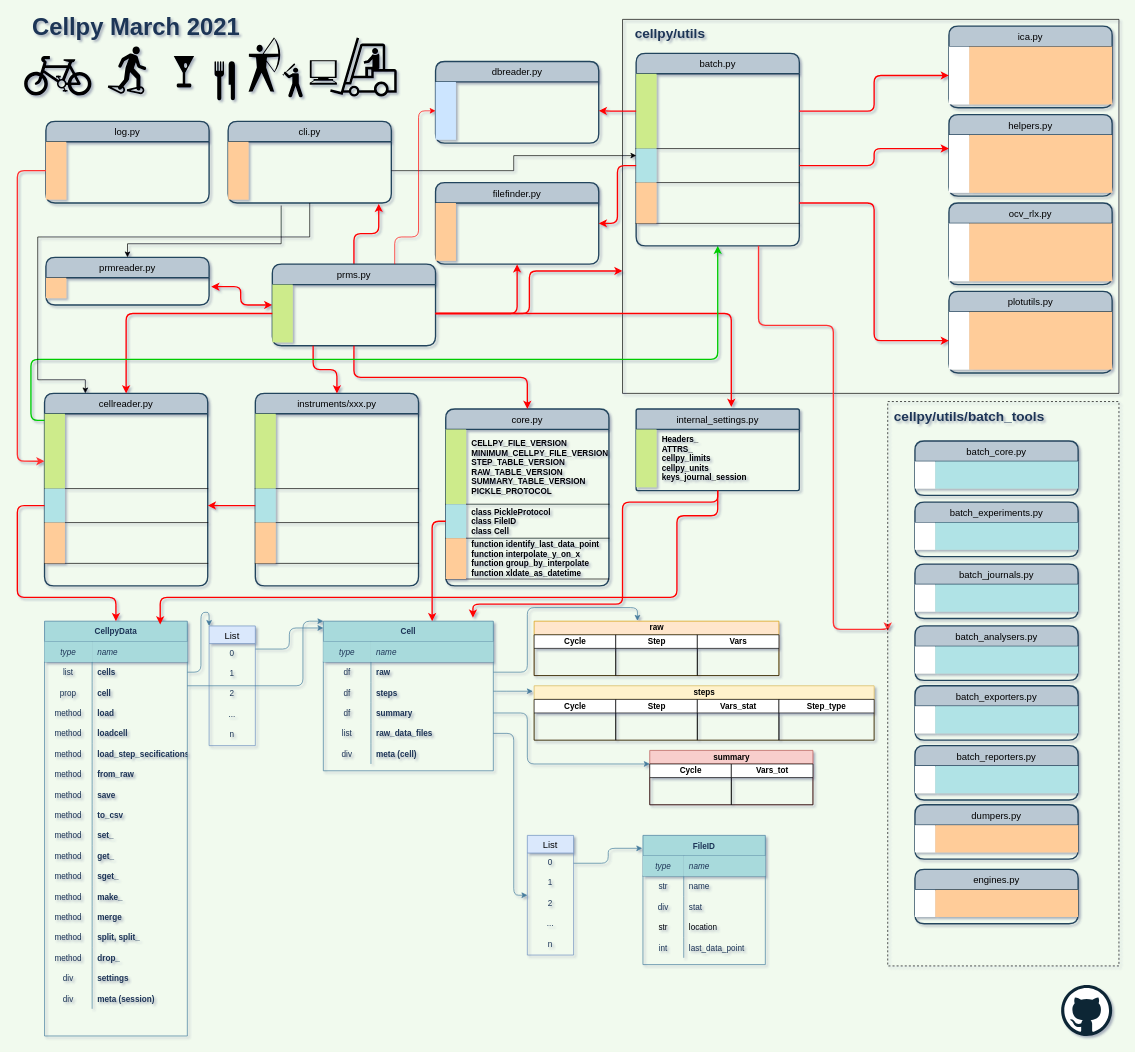
jepegit/cellpy_utilities keeps this draw.io diagram as cellpy_utils/cellpy-cellpydata-structure.drawio. Above is the earlier version. Source tidied: cells renumbered, new cells numbered last; positions are measured from the earlier drawing's top-left corner, leaving out a move shared by most shapes. Both pictures are drawn from the tidied source at 68%, with x=0, y=0 at pixel (17, 19).
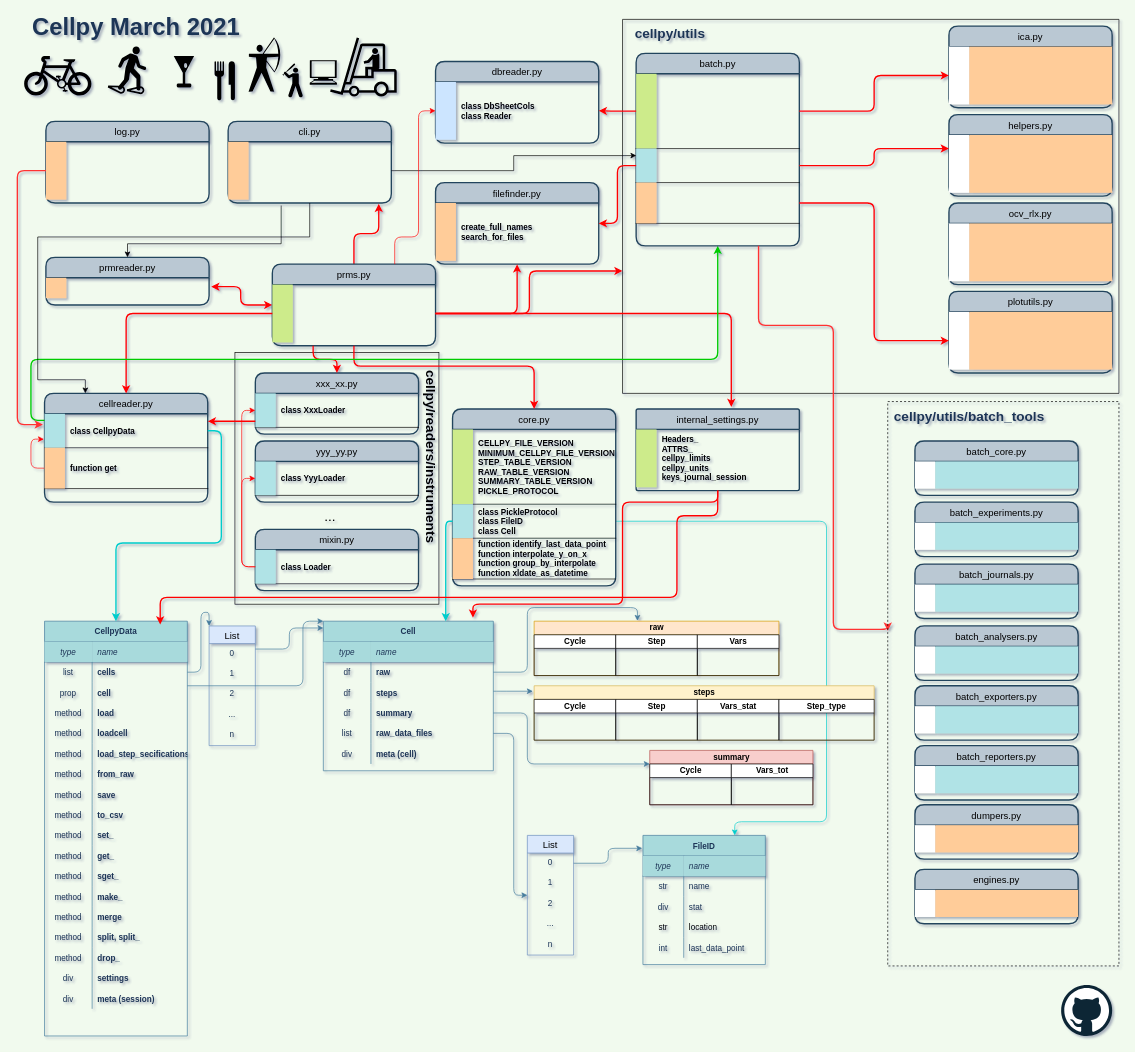
The same page after the edit.

The change refers to these unchanged cells:
```xml
<mxCell id="3" value="CellpyData" style="shape=table;startSize=30;childLayout=tableLayout;rowLines=0;fontStyle=1;align=center;fillColor=#A8DADC;strokeColor=#457B9D;fontColor=#1D3557;" parent="1" vertex="1">
  <mxGeometry x="40" y="885" width="210" height="610" as="geometry" />
</mxCell>
<mxCell id="59" value="Cell" style="shape=table;startSize=30;childLayout=tableLayout;rowLines=0;fontStyle=1;align=center;fillColor=#A8DADC;strokeColor=#457B9D;fontColor=#1D3557;" parent="58" vertex="1">
  <mxGeometry width="250" height="220" as="geometry" />
</mxCell>
<mxCell id="109" value="FileID" style="shape=table;startSize=30;childLayout=tableLayout;rowLines=0;fontStyle=1;align=center;strokeColor=#457B9D;fillColor=#A8DADC;fontColor=#1D3557;" parent="1" vertex="1">
  <mxGeometry x="920" y="1200" width="180" height="190" as="geometry" />
</mxCell>
<mxCell id="136" style="shape=partialRectangle;fillColor=none;top=0;left=0;bottom=1;right=0;points=[[0,0.5],[1,0.5]];portConstraint=eastwest;" parent="132" vertex="1">
  <mxGeometry y="110" width="240" height="50" as="geometry" />
</mxCell>
<mxCell id="159" style="shape=table;startSize=0;childLayout=tableLayout;rowLines=0;fontStyle=0;align=center;strokeColor=none;fillColor=none;rounded=0;sketch=0;fontColor=#1D3557;" parent="158" vertex="1">
  <mxGeometry y="30" width="240" height="90" as="geometry" />
</mxCell>
<mxCell id="187" style="shape=partialRectangle;fillColor=none;top=0;left=0;bottom=0;right=0;points=[[0,0.5],[1,0.5]];portConstraint=eastwest;" parent="186" vertex="1">
  <mxGeometry width="240" height="85" as="geometry" />
</mxCell>
<mxCell id="197" style="shape=partialRectangle;fillColor=none;top=0;left=0;bottom=0;right=0;points=[[0,0.5],[1,0.5]];portConstraint=eastwest;" parent="196" vertex="1">
  <mxGeometry width="240" height="85" as="geometry" />
</mxCell>
<mxCell id="202" style="shape=partialRectangle;fillColor=none;top=0;left=0;bottom=0;right=0;" parent="201" vertex="1">
  <mxGeometry width="240" height="85" as="geometry" />
</mxCell>
<mxCell id="208" value="batch.py" style="swimlane;horizontal=1;startSize=30;rounded=1;fontSize=14;fontStyle=0;strokeWidth=2;shadow=0;dashed=0;align=center;sketch=0;fillColor=#bac8d3;strokeColor=#23445d;" parent="1" vertex="1">
  <mxGeometry x="910" y="50" width="240" height="283" as="geometry" />
</mxCell>
```

Diff of the diagram source:
```diff
@@
+    <mxCell id="303" style="edgeStyle=orthogonalEdgeStyle;rounded=1;jettySize=auto;html=1;entryX=0.75;entryY=0;entryDx=0;entryDy=0;startArrow=none;startFill=0;endArrow=classic;endFill=1;strokeColor=#00CCCC;fontSize=20;" parent="1" edge="1" source="136" target="109">
+      <mxGeometry relative="1" as="geometry">
+        <Array as="points">
+          <mxPoint x="1190" y="738" />
+          <mxPoint x="1190" y="1180" />
+          <mxPoint x="1055" y="1180" />
+        </Array>
+      </mxGeometry>
+    </mxCell>
+    <mxCell id="304" style="whiteSpace=wrap;html=1;fillColor=none;" parent="1" vertex="1">
+      <mxGeometry x="320" y="490" width="300" height="370" as="geometry" />
+    </mxCell>
@@
     <mxCell id="131" value="core.py" style="swimlane;horizontal=1;startSize=30;rounded=1;fontSize=14;fontStyle=0;strokeWidth=2;shadow=0;dashed=0;align=center;sketch=0;fillColor=#bac8d3;strokeColor=#23445d;" parent="1" vertex="1">
-      <mxGeometry x="630" y="573" width="240" height="260" as="geometry" />
+      <mxGeometry x="640" y="573" width="240" height="260" as="geometry" />
     </mxCell>
@@
-    <mxCell id="142" style="edgeStyle=orthogonalEdgeStyle;curved=0;rounded=1;sketch=0;jettySize=auto;html=1;fillColor=#A8DADC;fontColor=#1D3557;strokeWidth=2;strokeColor=#FF0000;" parent="1" edge="1" source="136" target="59">
+    <mxCell id="142" style="edgeStyle=orthogonalEdgeStyle;curved=0;rounded=1;sketch=0;jettySize=auto;html=1;fillColor=#A8DADC;fontColor=#1D3557;strokeWidth=2;strokeColor=#00CCCC;" parent="1" edge="1" source="136" target="59">
       <mxGeometry relative="1" as="geometry">
         <Array as="points">
-          <mxPoint x="610" y="738" />
+          <mxPoint x="630" y="738" />
         </Array>
       </mxGeometry>
     </mxCell>
     <mxCell id="143" value="cellreader.py" style="swimlane;horizontal=1;startSize=30;rounded=1;fontSize=14;fontStyle=0;strokeWidth=2;shadow=0;dashed=0;align=center;sketch=0;fillColor=#bac8d3;strokeColor=#23445d;" parent="1" vertex="1">
-      <mxGeometry x="40" y="550" width="240" height="283" as="geometry" />
+      <mxGeometry x="40" y="550" width="240" height="160" as="geometry" />
     </mxCell>
     <mxCell id="144" style="shape=table;startSize=0;childLayout=tableLayout;rowLines=0;fontStyle=0;align=center;strokeColor=none;fillColor=none;rounded=0;sketch=0;fontColor=#1D3557;" parent="143" vertex="1">
-      <mxGeometry y="30" width="240" height="253" as="geometry" />
+      <mxGeometry y="30" width="240" height="130" as="geometry" />
     </mxCell>
-    <mxCell id="145" style="shape=partialRectangle;fillColor=none;top=0;left=0;bottom=1;right=0;points=[[0,0.5],[1,0.5]];portConstraint=eastwest;" parent="144" vertex="1">
-      <mxGeometry width="240" height="110" as="geometry" />
-    </mxCell>
-    <mxCell id="146" style="shape=partialRectangle;fillColor=#cdeb8b;top=0;left=0;bottom=0;right=0;fontStyle=1;overflow=hidden;strokeColor=#36393d;" parent="145" vertex="1">
-      <mxGeometry width="30" height="110" as="geometry" />
-    </mxCell>
-    <mxCell id="147" style="shape=partialRectangle;fillColor=none;top=0;left=0;bottom=0;right=0;align=left;spacingLeft=6;fontStyle=1;overflow=hidden;" parent="145" vertex="1">
-      <mxGeometry x="30" width="210" height="110" as="geometry" />
-    </mxCell>
     <mxCell id="148" style="shape=partialRectangle;fillColor=none;top=0;left=0;bottom=1;right=0;points=[[0,0.5],[1,0.5]];portConstraint=eastwest;" parent="144" vertex="1">
-      <mxGeometry y="110" width="240" height="50" as="geometry" />
+      <mxGeometry width="240" height="50" as="geometry" />
     </mxCell>
@@
-    <mxCell id="150" style="shape=partialRectangle;fillColor=none;top=0;left=0;bottom=0;right=0;align=left;spacingLeft=6;fontStyle=1;overflow=hidden;" parent="148" vertex="1">
+    <mxCell id="150" value="class CellpyData" style="shape=partialRectangle;fillColor=none;top=0;left=0;bottom=0;right=0;align=left;spacingLeft=6;fontStyle=1;overflow=hidden;" parent="148" vertex="1">
       <mxGeometry x="30" width="210" height="50" as="geometry" />
     </mxCell>
+    <mxCell id="305" style="edgeStyle=orthogonalEdgeStyle;rounded=1;jettySize=auto;html=1;entryX=-0.004;entryY=0.746;entryDx=0;entryDy=0;entryPerimeter=0;startArrow=none;startFill=0;endArrow=classic;endFill=1;strokeColor=#FF0000;" parent="144" edge="1" source="151" target="148">
+      <mxGeometry relative="1" as="geometry" />
+    </mxCell>
     <mxCell id="151" style="shape=partialRectangle;fillColor=none;top=0;left=0;bottom=1;right=0;points=[[0,0.5],[1,0.5]];portConstraint=eastwest;" parent="144" vertex="1">
-      <mxGeometry y="160" width="240" height="60" as="geometry" />
+      <mxGeometry y="50" width="240" height="60" as="geometry" />
     </mxCell>
@@
-    <mxCell id="153" style="shape=partialRectangle;fillColor=none;top=0;left=0;bottom=0;right=0;align=left;spacingLeft=6;fontStyle=1;overflow=hidden;" parent="151" vertex="1">
+    <mxCell id="153" value="function get" style="shape=partialRectangle;fillColor=none;top=0;left=0;bottom=0;right=0;align=left;spacingLeft=6;fontStyle=1;overflow=hidden;" parent="151" vertex="1">
       <mxGeometry x="30" width="210" height="60" as="geometry" />
     </mxCell>
@@
     <mxCell id="164" style="edgeStyle=orthogonalEdgeStyle;curved=0;rounded=1;sketch=0;jettySize=auto;html=1;exitX=0.5;exitY=1;exitDx=0;exitDy=0;entryX=0.5;entryY=0;entryDx=0;entryDy=0;strokeColor=#FF0000;strokeWidth=2;fillColor=#A8DADC;fontColor=#1D3557;" parent="1" edge="1" source="159" target="131">
-      <mxGeometry relative="1" as="geometry" />
+      <mxGeometry relative="1" as="geometry">
+        <Array as="points">
+          <mxPoint x="495" y="510" />
+          <mxPoint x="760" y="510" />
+        </Array>
+      </mxGeometry>
     </mxCell>
@@
-    <mxCell id="166" value="instruments/xxx.py" style="swimlane;horizontal=1;startSize=30;rounded=1;fontSize=14;fontStyle=0;strokeWidth=2;shadow=0;dashed=0;align=center;sketch=0;fillColor=#bac8d3;strokeColor=#23445d;" parent="1" vertex="1">
-      <mxGeometry x="350" y="550" width="240" height="283" as="geometry" />
+    <mxCell id="166" value="xxx_xx.py" style="swimlane;horizontal=1;startSize=30;rounded=1;fontSize=14;fontStyle=0;strokeWidth=2;shadow=0;dashed=0;align=center;sketch=0;fillColor=#bac8d3;strokeColor=#23445d;" parent="1" vertex="1">
+      <mxGeometry x="350" y="520" width="240" height="90" as="geometry" />
     </mxCell>
     <mxCell id="167" style="shape=table;startSize=0;childLayout=tableLayout;rowLines=0;fontStyle=0;align=center;strokeColor=none;fillColor=none;rounded=0;sketch=0;fontColor=#1D3557;" parent="166" vertex="1">
-      <mxGeometry y="30" width="240" height="253" as="geometry" />
+      <mxGeometry y="30" width="240" height="60" as="geometry" />
     </mxCell>
-    <mxCell id="168" style="shape=partialRectangle;fillColor=none;top=0;left=0;bottom=1;right=0;" parent="167" vertex="1">
-      <mxGeometry width="240" height="110" as="geometry" />
-    </mxCell>
-    <mxCell id="169" style="shape=partialRectangle;fillColor=#cdeb8b;top=0;left=0;bottom=0;right=0;fontStyle=1;overflow=hidden;strokeColor=#36393d;" parent="168" vertex="1">
-      <mxGeometry width="30" height="110" as="geometry" />
-    </mxCell>
-    <mxCell id="170" style="shape=partialRectangle;fillColor=none;top=0;left=0;bottom=0;right=0;align=left;spacingLeft=6;fontStyle=1;overflow=hidden;" parent="168" vertex="1">
-      <mxGeometry x="30" width="210" height="110" as="geometry" />
-    </mxCell>
     <mxCell id="171" style="shape=partialRectangle;fillColor=none;top=0;left=0;bottom=1;right=0;points=[[0,0.5],[1,0.5]];portConstraint=eastwest;" parent="167" vertex="1">
-      <mxGeometry y="110" width="240" height="50" as="geometry" />
+      <mxGeometry width="240" height="50" as="geometry" />
     </mxCell>
@@
-    <mxCell id="173" style="shape=partialRectangle;fillColor=none;top=0;left=0;bottom=0;right=0;align=left;spacingLeft=6;fontStyle=1;overflow=hidden;" parent="171" vertex="1">
+    <mxCell id="173" value="class XxxLoader" style="shape=partialRectangle;fillColor=none;top=0;left=0;bottom=0;right=0;align=left;spacingLeft=6;fontStyle=1;overflow=hidden;" parent="171" vertex="1">
       <mxGeometry x="30" width="210" height="50" as="geometry" />
     </mxCell>
-    <mxCell id="174" style="shape=partialRectangle;fillColor=none;top=0;left=0;bottom=1;right=0;" parent="167" vertex="1">
-      <mxGeometry y="160" width="240" height="60" as="geometry" />
-    </mxCell>
-    <mxCell id="175" style="shape=partialRectangle;fillColor=#ffcc99;top=0;left=0;bottom=0;right=0;fontStyle=1;overflow=hidden;strokeColor=#36393d;" parent="174" vertex="1">
-      <mxGeometry width="30" height="60" as="geometry" />
-    </mxCell>
-    <mxCell id="176" style="shape=partialRectangle;fillColor=none;top=0;left=0;bottom=0;right=0;align=left;spacingLeft=6;fontStyle=1;overflow=hidden;" parent="174" vertex="1">
-      <mxGeometry x="30" width="210" height="60" as="geometry" />
-    </mxCell>
@@
-    <mxCell id="178" style="edgeStyle=orthogonalEdgeStyle;curved=0;rounded=1;sketch=0;jettySize=auto;html=1;entryX=1;entryY=0.5;entryDx=0;entryDy=0;strokeColor=#FF0000;strokeWidth=2;fillColor=#A8DADC;fontColor=#1D3557;" parent="1" edge="1" source="171" target="148">
-      <mxGeometry relative="1" as="geometry" />
+    <mxCell id="178" style="edgeStyle=orthogonalEdgeStyle;curved=0;rounded=1;sketch=0;orthogonalLoop=1;jettySize=auto;html=1;entryX=1;entryY=0.5;entryDx=0;entryDy=0;strokeColor=#FF0000;strokeWidth=2;fillColor=#A8DADC;fontColor=#1D3557;" parent="1" edge="1">
+      <mxGeometry relative="1" as="geometry">
+        <mxPoint x="350" y="591" as="sourcePoint" />
+        <mxPoint x="280" y="591" as="targetPoint" />
+      </mxGeometry>
     </mxCell>
-    <mxCell id="179" style="edgeStyle=orthogonalEdgeStyle;curved=0;rounded=1;sketch=0;jettySize=auto;html=1;strokeColor=#FF0000;strokeWidth=2;fillColor=#A8DADC;fontColor=#1D3557;" parent="1" edge="1" source="148" target="3">
+    <mxCell id="179" style="edgeStyle=orthogonalEdgeStyle;curved=0;rounded=1;sketch=0;jettySize=auto;html=1;strokeWidth=2;fillColor=#A8DADC;fontColor=#1D3557;strokeColor=#00CCCC;exitX=1;exitY=0.5;exitDx=0;exitDy=0;" parent="1" edge="1" source="148" target="3">
       <mxGeometry relative="1" as="geometry">
         <Array as="points">
-          <mxPoint y="715" />
-          <mxPoint y="850" />
-          <mxPoint x="145" y="850" />
+          <mxPoint x="300" y="605" />
+          <mxPoint x="300" y="770" />
+          <mxPoint x="145" y="770" />
         </Array>
       </mxGeometry>
     </mxCell>
@@
-    <mxCell id="199" style="shape=partialRectangle;fillColor=none;top=0;left=0;bottom=0;right=0;align=left;spacingLeft=6;fontStyle=1;overflow=hidden;" parent="197" vertex="1">
+    <mxCell id="199" value="class DbSheetCols&#10;class Reader" style="shape=partialRectangle;fillColor=none;top=0;left=0;bottom=0;right=0;align=left;spacingLeft=6;fontStyle=1;overflow=hidden;" parent="197" vertex="1">
       <mxGeometry x="30" width="210" height="85" as="geometry" />
     </mxCell>
@@
-    <mxCell id="204" style="shape=partialRectangle;fillColor=none;top=0;left=0;bottom=0;right=0;align=left;spacingLeft=6;fontStyle=1;overflow=hidden;" parent="202" vertex="1">
+    <mxCell id="204" value="create_full_names&#10;search_for_files" style="shape=partialRectangle;fillColor=none;top=0;left=0;bottom=0;right=0;align=left;spacingLeft=6;fontStyle=1;overflow=hidden;" parent="202" vertex="1">
       <mxGeometry x="30" width="210" height="85" as="geometry" />
     </mxCell>
@@
-    <mxCell id="207" style="edgeStyle=orthogonalEdgeStyle;curved=0;rounded=1;sketch=0;jettySize=auto;html=1;entryX=0;entryY=0.088;entryDx=0;entryDy=0;entryPerimeter=0;startArrow=classic;startFill=1;endArrow=none;endFill=0;strokeWidth=2;fillColor=#A8DADC;fontSize=20;fontColor=#1D3557;strokeColor=#00CC00;" parent="1" edge="1" source="208" target="145">
+    <mxCell id="207" style="edgeStyle=orthogonalEdgeStyle;curved=0;rounded=1;sketch=0;jettySize=auto;html=1;entryX=0;entryY=0.088;entryDx=0;entryDy=0;entryPerimeter=0;startArrow=classic;startFill=1;endArrow=none;endFill=0;strokeWidth=2;fillColor=#A8DADC;fontSize=20;fontColor=#1D3557;strokeColor=#00CC00;" parent="1" edge="1" source="208">
       <mxGeometry relative="1" as="geometry">
+        <mxPoint x="40" y="589.7" as="targetPoint" />
         <Array as="points">
           <mxPoint x="1030" y="500" />
           <mxPoint x="20" y="500" />
           <mxPoint x="20" y="590" />
         </Array>
       </mxGeometry>
     </mxCell>
@@
-    <mxCell id="246" style="edgeStyle=orthogonalEdgeStyle;curved=0;rounded=1;sketch=0;jettySize=auto;html=1;entryX=0;entryY=0.634;entryDx=0;entryDy=0;entryPerimeter=0;startArrow=none;startFill=0;endArrow=classic;endFill=1;strokeColor=#FF3333;strokeWidth=2;fillColor=#A8DADC;fontSize=20;fontColor=#1D3557;" parent="1" edge="1" source="187" target="145">
+    <mxCell id="246" style="edgeStyle=orthogonalEdgeStyle;curved=0;rounded=1;sketch=0;jettySize=auto;html=1;entryX=-0.01;entryY=0.317;entryDx=0;entryDy=0;entryPerimeter=0;startArrow=none;startFill=0;endArrow=classic;endFill=1;strokeColor=#FF3333;strokeWidth=2;fillColor=#A8DADC;fontSize=20;fontColor=#1D3557;" parent="1" edge="1" source="187" target="148">
       <mxGeometry relative="1" as="geometry">
         <Array as="points">
           <mxPoint y="222" />
-          <mxPoint y="650" />
+          <mxPoint y="596" />
         </Array>
       </mxGeometry>
     </mxCell>
@@
+    <mxCell id="306" value="yyy_yy.py" style="swimlane;horizontal=1;startSize=30;rounded=1;fontSize=14;fontStyle=0;strokeWidth=2;shadow=0;dashed=0;align=center;sketch=0;fillColor=#bac8d3;strokeColor=#23445d;" parent="1" vertex="1">
+      <mxGeometry x="350" y="620" width="240" height="90" as="geometry" />
+    </mxCell>
+    <mxCell id="307" style="shape=table;startSize=0;childLayout=tableLayout;rowLines=0;fontStyle=0;align=center;strokeColor=none;fillColor=none;rounded=0;sketch=0;fontColor=#1D3557;" parent="306" vertex="1">
+      <mxGeometry y="30" width="240" height="60" as="geometry" />
+    </mxCell>
+    <mxCell id="308" style="shape=partialRectangle;fillColor=none;top=0;left=0;bottom=1;right=0;points=[[0,0.5],[1,0.5]];portConstraint=eastwest;" parent="307" vertex="1">
+      <mxGeometry width="240" height="50" as="geometry" />
+    </mxCell>
+    <mxCell id="309" style="shape=partialRectangle;fillColor=#b0e3e6;top=0;left=0;bottom=0;right=0;fontStyle=1;overflow=hidden;strokeColor=#0e8088;" parent="308" vertex="1">
+      <mxGeometry width="30" height="50" as="geometry" />
+    </mxCell>
+    <mxCell id="310" value="class YyyLoader" style="shape=partialRectangle;fillColor=none;top=0;left=0;bottom=0;right=0;align=left;spacingLeft=6;fontStyle=1;overflow=hidden;" parent="308" vertex="1">
+      <mxGeometry x="30" width="210" height="50" as="geometry" />
+    </mxCell>
+    <mxCell id="311" value="mixin.py" style="swimlane;horizontal=1;startSize=30;rounded=1;fontSize=14;fontStyle=0;strokeWidth=2;shadow=0;dashed=0;align=center;sketch=0;fillColor=#bac8d3;strokeColor=#23445d;" parent="1" vertex="1">
+      <mxGeometry x="350" y="750" width="240" height="90" as="geometry" />
+    </mxCell>
+    <mxCell id="312" style="shape=table;startSize=0;childLayout=tableLayout;rowLines=0;fontStyle=0;align=center;strokeColor=none;fillColor=none;rounded=0;sketch=0;fontColor=#1D3557;" parent="311" vertex="1">
+      <mxGeometry y="30" width="240" height="60" as="geometry" />
+    </mxCell>
+    <mxCell id="313" style="shape=partialRectangle;fillColor=none;top=0;left=0;bottom=1;right=0;points=[[0,0.5],[1,0.5]];portConstraint=eastwest;" parent="312" vertex="1">
+      <mxGeometry width="240" height="50" as="geometry" />
+    </mxCell>
+    <mxCell id="314" style="shape=partialRectangle;fillColor=#b0e3e6;top=0;left=0;bottom=0;right=0;fontStyle=1;overflow=hidden;strokeColor=#0e8088;" parent="313" vertex="1">
+      <mxGeometry width="30" height="50" as="geometry" />
+    </mxCell>
+    <mxCell id="315" value="class Loader" style="shape=partialRectangle;fillColor=none;top=0;left=0;bottom=0;right=0;align=left;spacingLeft=6;fontStyle=1;overflow=hidden;" parent="313" vertex="1">
+      <mxGeometry x="30" width="210" height="50" as="geometry" />
+    </mxCell>
+    <mxCell id="316" style="edgeStyle=orthogonalEdgeStyle;rounded=1;jettySize=auto;html=1;entryX=0;entryY=0.5;entryDx=0;entryDy=0;startArrow=none;startFill=0;endArrow=classic;endFill=1;strokeColor=#FF0000;" parent="1" edge="1" source="313" target="308">
+      <mxGeometry relative="1" as="geometry" />
+    </mxCell>
+    <mxCell id="317" style="edgeStyle=orthogonalEdgeStyle;rounded=1;jettySize=auto;html=1;entryX=0;entryY=0.5;entryDx=0;entryDy=0;startArrow=none;startFill=0;endArrow=classic;endFill=1;strokeColor=#FF0000;" parent="1" edge="1" source="313" target="171">
+      <mxGeometry relative="1" as="geometry" />
+    </mxCell>
+    <mxCell id="318" value="cellpy/readers/instruments" style="text;html=1;strokeColor=none;fillColor=none;align=left;verticalAlign=middle;whiteSpace=wrap;rounded=0;fontStyle=1;fontSize=20;rotation=90;" parent="1" vertex="1">
+      <mxGeometry x="470" y="644" width="280" height="20" as="geometry" />
+    </mxCell>
+    <mxCell id="319" value="..." style="text;html=1;strokeColor=none;fillColor=none;align=center;verticalAlign=middle;whiteSpace=wrap;rounded=0;fontSize=20;" parent="1" vertex="1">
+      <mxGeometry x="440" y="720" width="40" height="20" as="geometry" />
+    </mxCell>
```
